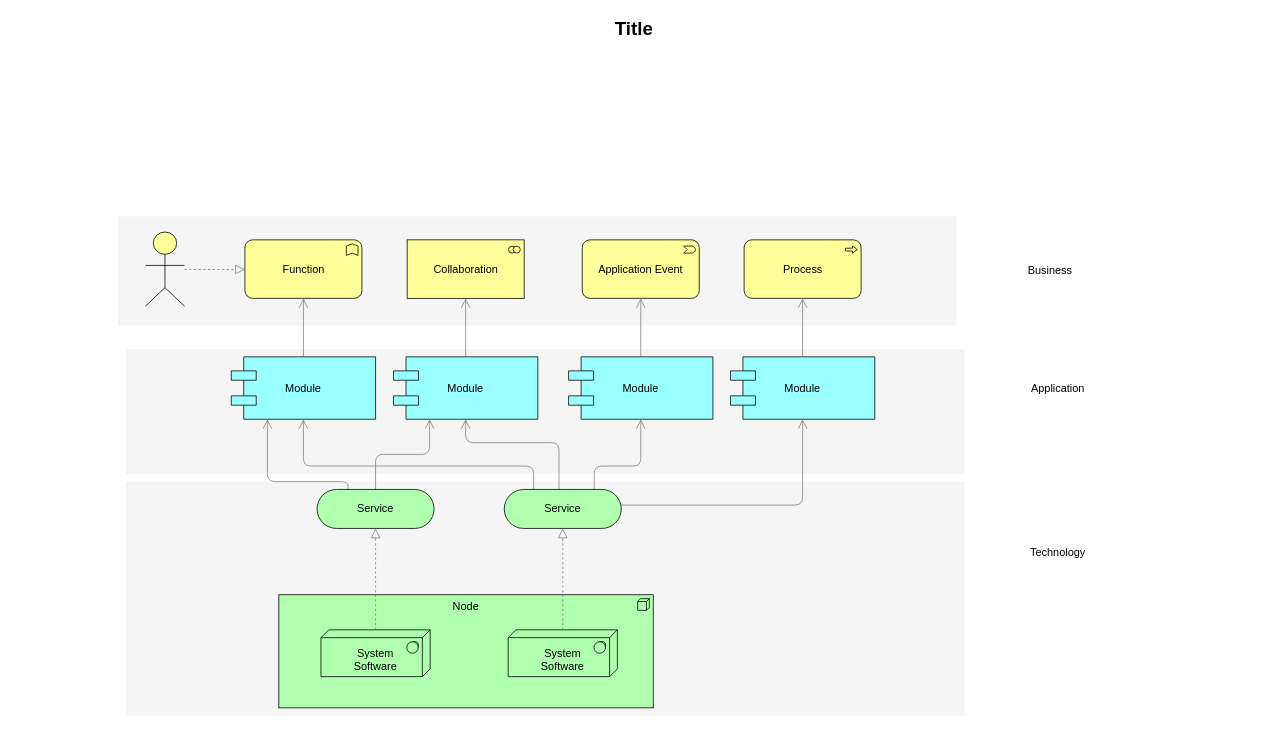
Earlier version of the draw.io diagram app/src/main/java/com/yi/yizw/Untitled Diagram.drawio (yi291047383/Paint). Source tidied: cells renumbered, new cells numbered last; positions are measured from the earlier drawing's top-left corner, leaving out a move shared by most shapes. Both pictures are drawn from the tidied source at 78%, with x=0, y=0 at pixel (13, 13).
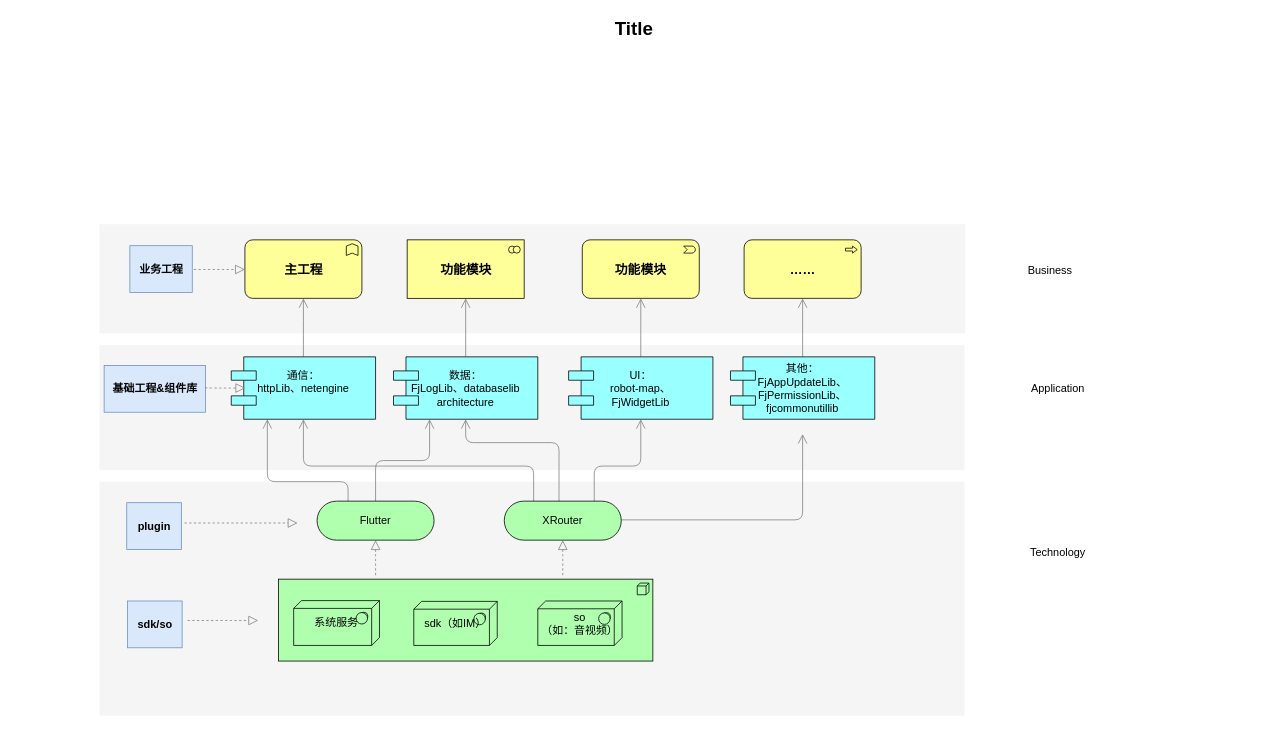
After the change.

What changed in the source:
```diff
@@
     <mxCell id="2" style="whiteSpace=wrap;html=1;strokeColor=none;strokeWidth=1;fillColor=#f5f5f5;fontSize=14;" parent="1" vertex="1">
-      <mxGeometry x="144" y="600" width="1075" height="300" as="geometry" />
+      <mxGeometry x="110" y="600" width="1109" height="300" as="geometry" />
     </mxCell>
     <mxCell id="3" style="whiteSpace=wrap;html=1;strokeColor=none;strokeWidth=1;fillColor=#f5f5f5;fontSize=14;" parent="1" vertex="1">
-      <mxGeometry x="144" y="430" width="1075" height="160" as="geometry" />
+      <mxGeometry x="110" y="425" width="1109" height="160" as="geometry" />
     </mxCell>
     <mxCell id="4" style="whiteSpace=wrap;html=1;strokeColor=none;strokeWidth=1;fillColor=#f5f5f5;fontSize=14;" parent="1" vertex="1">
-      <mxGeometry x="134" y="260" width="1075" height="140" as="geometry" />
+      <mxGeometry x="110" y="270" width="1110" height="140" as="geometry" />
     </mxCell>
-    <mxCell id="5" value="Node" style="html=1;whiteSpace=wrap;fillColor=#AFFFAF;shape=mxgraph.archimate3.application;appType=node;archiType=square;fontSize=14;verticalAlign=top;" parent="1" vertex="1">
-      <mxGeometry x="340" y="745" width="480" height="145" as="geometry" />
+    <mxCell id="5" style="html=1;whiteSpace=wrap;fillColor=#AFFFAF;shape=mxgraph.archimate3.application;appType=node;archiType=square;fontSize=14;verticalAlign=top;" parent="1" vertex="1">
+      <mxGeometry x="339.5" y="725" width="480" height="105" as="geometry" />
     </mxCell>
-    <mxCell id="6" style="edgeStyle=elbowEdgeStyle;rounded=1;elbow=vertical;html=1;startSize=10;endArrow=block;endFill=0;endSize=10;jettySize=auto;strokeColor=#808080;fontSize=14;dashed=1;" parent="1" edge="1" source="7" target="12">
-      <mxGeometry relative="1" as="geometry" />
+    <mxCell id="6" style="edgeStyle=elbowEdgeStyle;rounded=1;elbow=vertical;html=1;startSize=10;endArrow=block;endFill=0;endSize=10;jettySize=auto;strokeColor=#808080;fontSize=14;dashed=1;" parent="1" edge="1" target="12">
+      <mxGeometry relative="1" as="geometry">
+        <mxPoint x="464" y="720" as="sourcePoint" />
+      </mxGeometry>
     </mxCell>
-    <mxCell id="7" value="&lt;div&gt;&lt;br&gt;&lt;/div&gt;System&lt;div&gt;Software&lt;/div&gt;" style="html=1;whiteSpace=wrap;fillColor=#AFFFAF;shape=mxgraph.archimate3.tech;techType=sysSw;fontSize=14;" parent="1" vertex="1">
-      <mxGeometry x="394" y="790" width="140" height="60" as="geometry" />
-    </mxCell>
-    <mxCell id="8" style="edgeStyle=elbowEdgeStyle;rounded=1;elbow=vertical;html=1;startSize=10;endArrow=block;endFill=0;endSize=10;jettySize=auto;strokeColor=#808080;fontSize=14;dashed=1;" parent="1" edge="1" source="9" target="17">
-      <mxGeometry relative="1" as="geometry" />
+    <mxCell id="8" style="edgeStyle=elbowEdgeStyle;rounded=1;elbow=vertical;html=1;startSize=10;endArrow=block;endFill=0;endSize=10;jettySize=auto;strokeColor=#808080;fontSize=14;dashed=1;" parent="1" edge="1" target="17">
+      <mxGeometry relative="1" as="geometry">
+        <mxPoint x="704" y="720" as="sourcePoint" />
+      </mxGeometry>
     </mxCell>
-    <mxCell id="9" value="&lt;div&gt;&lt;br&gt;&lt;/div&gt;&lt;div&gt;&lt;span&gt;System&lt;/span&gt;&lt;div&gt;Software&lt;/div&gt;&lt;/div&gt;" style="html=1;whiteSpace=wrap;fillColor=#AFFFAF;shape=mxgraph.archimate3.tech;techType=sysSw;fontSize=14;" parent="1" vertex="1">
-      <mxGeometry x="634" y="790" width="140" height="60" as="geometry" />
-    </mxCell>
@@
-    <mxCell id="12" value="Service" style="html=1;whiteSpace=wrap;fillColor=#AFFFAF;shape=mxgraph.archimate3.service;fontSize=14;" parent="1" vertex="1">
-      <mxGeometry x="389" y="610" width="150" height="50" as="geometry" />
+    <mxCell id="12" value="Flutter" style="html=1;whiteSpace=wrap;fillColor=#AFFFAF;shape=mxgraph.archimate3.service;fontSize=14;" parent="1" vertex="1">
+      <mxGeometry x="389" y="625" width="150" height="50" as="geometry" />
     </mxCell>
-    <mxCell id="13" style="edgeStyle=elbowEdgeStyle;rounded=1;elbow=vertical;html=1;startSize=10;endArrow=open;endFill=0;endSize=10;jettySize=auto;strokeColor=#808080;fontSize=14;" parent="1" edge="1" source="17" target="25">
+    <mxCell id="13" style="edgeStyle=elbowEdgeStyle;rounded=1;elbow=vertical;html=1;startSize=10;endArrow=open;endFill=0;endSize=10;jettySize=auto;orthogonalLoop=1;strokeColor=#808080;fontSize=14;" parent="1" edge="1">
       <mxGeometry relative="1" as="geometry">
+        <mxPoint x="779" y="649" as="sourcePoint" />
+        <mxPoint x="1011.5" y="539" as="targetPoint" />
         <Array as="points">
-          <mxPoint x="859" y="630" />
+          <mxPoint x="859" y="649" />
         </Array>
       </mxGeometry>
     </mxCell>
@@
-    <mxCell id="17" value="Service" style="html=1;whiteSpace=wrap;fillColor=#AFFFAF;shape=mxgraph.archimate3.service;fontSize=14;" parent="1" vertex="1">
-      <mxGeometry x="629" y="610" width="150" height="50" as="geometry" />
+    <mxCell id="17" value="XRouter" style="html=1;whiteSpace=wrap;fillColor=#AFFFAF;shape=mxgraph.archimate3.service;fontSize=14;" parent="1" vertex="1">
+      <mxGeometry x="629" y="625" width="150" height="50" as="geometry" />
     </mxCell>
@@
-    <mxCell id="19" value="Module" style="shape=component;align=center;fillColor=#99ffff;gradientColor=none;fontSize=14;" parent="1" vertex="1">
+    <mxCell id="19" value="通信：&#10;httpLib、netengine&#10;" style="shape=component;align=center;fillColor=#99ffff;gradientColor=none;fontSize=14;" parent="1" vertex="1">
       <mxGeometry x="279" y="440" width="185" height="80" as="geometry" />
     </mxCell>
@@
-    <mxCell id="21" value="Module" style="shape=component;align=center;fillColor=#99ffff;gradientColor=none;fontSize=14;" parent="1" vertex="1">
+    <mxCell id="21" value="数据：&#10;FjLogLib、databaselib&#10;architecture" style="shape=component;align=center;fillColor=#99ffff;gradientColor=none;fontSize=14;" parent="1" vertex="1">
       <mxGeometry x="487" y="440" width="185" height="80" as="geometry" />
     </mxCell>
@@
-    <mxCell id="23" value="Module" style="shape=component;align=center;fillColor=#99ffff;gradientColor=none;fontSize=14;" parent="1" vertex="1">
+    <mxCell id="23" value="UI：&#10;robot-map、&#10;FjWidgetLib" style="shape=component;align=center;fillColor=#99ffff;gradientColor=none;fontSize=14;" parent="1" vertex="1">
       <mxGeometry x="711.5" y="440" width="185" height="80" as="geometry" />
     </mxCell>
@@
-    <mxCell id="25" value="Module" style="shape=component;align=center;fillColor=#99ffff;gradientColor=none;fontSize=14;" parent="1" vertex="1">
+    <mxCell id="25" value="其他：&#10;FjAppUpdateLib、&#10;FjPermissionLib、&#10;fjcommonutillib" style="shape=component;align=center;fillColor=#99ffff;gradientColor=none;fontSize=14;" parent="1" vertex="1">
       <mxGeometry x="919" y="440" width="185" height="80" as="geometry" />
     </mxCell>
-    <mxCell id="26" value="Function" style="html=1;whiteSpace=wrap;fillColor=#ffff99;shape=mxgraph.archimate3.application;appType=func;archiType=rounded;fontSize=14;" parent="1" vertex="1">
+    <mxCell id="26" value="&lt;h3&gt;&lt;b&gt;主工程&lt;/b&gt;&lt;/h3&gt;" style="html=1;whiteSpace=wrap;fillColor=#ffff99;shape=mxgraph.archimate3.application;appType=func;archiType=rounded;fontSize=14;" parent="1" vertex="1">
       <mxGeometry x="296.5" y="290" width="150" height="75" as="geometry" />
     </mxCell>
-    <mxCell id="27" value="Collaboration" style="html=1;whiteSpace=wrap;fillColor=#ffff99;shape=mxgraph.archimate3.application;appType=collab;archiType=square;fontSize=14;" parent="1" vertex="1">
+    <mxCell id="27" value="&lt;h3&gt;&lt;b&gt;功能模块&lt;/b&gt;&lt;/h3&gt;" style="html=1;whiteSpace=wrap;fillColor=#ffff99;shape=mxgraph.archimate3.application;appType=collab;archiType=square;fontSize=14;" parent="1" vertex="1">
       <mxGeometry x="504.5" y="290" width="150" height="75" as="geometry" />
     </mxCell>
-    <mxCell id="28" value="Application Event" style="html=1;whiteSpace=wrap;fillColor=#ffff99;shape=mxgraph.archimate3.application;appType=event;archiType=rounded;fontSize=14;" parent="1" vertex="1">
+    <mxCell id="28" value="&lt;h3&gt;功能模块&lt;/h3&gt;" style="html=1;whiteSpace=wrap;fillColor=#ffff99;shape=mxgraph.archimate3.application;appType=event;archiType=rounded;fontSize=14;" parent="1" vertex="1">
       <mxGeometry x="729" y="290" width="150" height="75" as="geometry" />
     </mxCell>
-    <mxCell id="29" value="Process" style="html=1;whiteSpace=wrap;fillColor=#ffff99;shape=mxgraph.archimate3.application;appType=proc;archiType=rounded;fontSize=14;" parent="1" vertex="1">
+    <mxCell id="29" value="&lt;h3&gt;……&lt;/h3&gt;" style="html=1;whiteSpace=wrap;fillColor=#ffff99;shape=mxgraph.archimate3.application;appType=proc;archiType=rounded;fontSize=14;" parent="1" vertex="1">
       <mxGeometry x="936.5" y="290" width="150" height="75" as="geometry" />
     </mxCell>
@@
-    <mxCell id="33" style="edgeStyle=elbowEdgeStyle;rounded=1;elbow=vertical;html=1;dashed=1;startSize=10;endArrow=block;endFill=0;endSize=10;jettySize=auto;strokeColor=#808080;fontSize=14;" parent="1" edge="1" source="34" target="26">
-      <mxGeometry relative="1" as="geometry" />
+    <mxCell id="33" style="edgeStyle=elbowEdgeStyle;rounded=1;elbow=vertical;html=1;dashed=1;startSize=10;endArrow=block;endFill=0;endSize=10;jettySize=auto;strokeColor=#808080;fontSize=14;" parent="1" edge="1" target="26">
+      <mxGeometry relative="1" as="geometry">
+        <mxPoint x="219" y="328" as="sourcePoint" />
+      </mxGeometry>
     </mxCell>
-    <mxCell id="34" style="html=1;whiteSpace=wrap;fillColor=#ffff99;shape=mxgraph.archimate3.actor;fontSize=14;" parent="1" vertex="1">
-      <mxGeometry x="169" y="280" width="50" height="95" as="geometry" />
-    </mxCell>
@@
+    <mxCell id="36" value="&lt;h3&gt;业务工程&lt;/h3&gt;" style="text;html=1;align=center;verticalAlign=middle;fillColor=#dae8fc;strokeColor=#6c8ebf;rounded=0;" parent="1" vertex="1">
+      <mxGeometry x="149" y="297.5" width="80" height="60" as="geometry" />
+    </mxCell>
+    <mxCell id="37" value="&lt;h3&gt;基础工程&amp;amp;组件库&lt;/h3&gt;" style="text;html=1;align=center;verticalAlign=middle;fillColor=#dae8fc;strokeColor=#6c8ebf;rounded=0;" parent="1" vertex="1">
+      <mxGeometry x="116" y="451" width="130" height="60" as="geometry" />
+    </mxCell>
+    <mxCell id="38" value="&lt;h3&gt;sdk/so&lt;/h3&gt;" style="text;html=1;align=center;verticalAlign=middle;fillColor=#dae8fc;strokeColor=#6c8ebf;rounded=0;" parent="1" vertex="1">
+      <mxGeometry x="146" y="753" width="70" height="60" as="geometry" />
+    </mxCell>
+    <mxCell id="39" style="edgeStyle=elbowEdgeStyle;rounded=1;elbow=vertical;html=1;dashed=1;startSize=10;endArrow=block;endFill=0;endSize=10;jettySize=auto;orthogonalLoop=1;strokeColor=#808080;fontSize=14;" parent="1" edge="1">
+      <mxGeometry relative="1" as="geometry">
+        <mxPoint x="246" y="479" as="sourcePoint" />
+        <mxPoint x="297" y="480" as="targetPoint" />
+      </mxGeometry>
+    </mxCell>
+    <mxCell id="40" value="sdk（如IM）" style="html=1;whiteSpace=wrap;fillColor=#AFFFAF;shape=mxgraph.archimate3.tech;techType=sysSw;fontSize=14;" parent="1" vertex="1">
+      <mxGeometry x="513" y="753.5" width="107" height="56.5" as="geometry" />
+    </mxCell>
+    <mxCell id="41" value="so&lt;br&gt;（如：音视频）" style="html=1;whiteSpace=wrap;fillColor=#AFFFAF;shape=mxgraph.archimate3.tech;techType=sysSw;fontSize=14;" parent="1" vertex="1">
+      <mxGeometry x="672" y="753" width="108" height="57" as="geometry" />
+    </mxCell>
+    <mxCell id="42" value="系统服务" style="html=1;whiteSpace=wrap;fillColor=#AFFFAF;shape=mxgraph.archimate3.tech;techType=sysSw;fontSize=14;" parent="1" vertex="1">
+      <mxGeometry x="359" y="752.5" width="110" height="57.5" as="geometry" />
+    </mxCell>
+    <mxCell id="43" value="&lt;h3&gt;plugin&lt;/h3&gt;" style="text;html=1;align=center;verticalAlign=middle;fillColor=#dae8fc;strokeColor=#6c8ebf;rounded=0;" parent="1" vertex="1">
+      <mxGeometry x="145" y="627" width="70" height="60" as="geometry" />
+    </mxCell>
+    <mxCell id="44" style="edgeStyle=elbowEdgeStyle;rounded=1;elbow=vertical;html=1;dashed=1;startSize=10;endArrow=block;endFill=0;endSize=10;jettySize=auto;orthogonalLoop=1;strokeColor=#808080;fontSize=14;" parent="1" edge="1">
+      <mxGeometry relative="1" as="geometry">
+        <mxPoint x="219" y="653" as="sourcePoint" />
+        <mxPoint x="364" y="652.5" as="targetPoint" />
+      </mxGeometry>
+    </mxCell>
+    <mxCell id="45" style="edgeStyle=elbowEdgeStyle;rounded=1;elbow=vertical;html=1;dashed=1;startSize=10;endArrow=block;endFill=0;endSize=10;jettySize=auto;orthogonalLoop=1;strokeColor=#808080;fontSize=14;" parent="1" edge="1">
+      <mxGeometry relative="1" as="geometry">
+        <mxPoint x="223" y="778" as="sourcePoint" />
+        <mxPoint x="313.5" y="778" as="targetPoint" />
+      </mxGeometry>
+    </mxCell>
```
